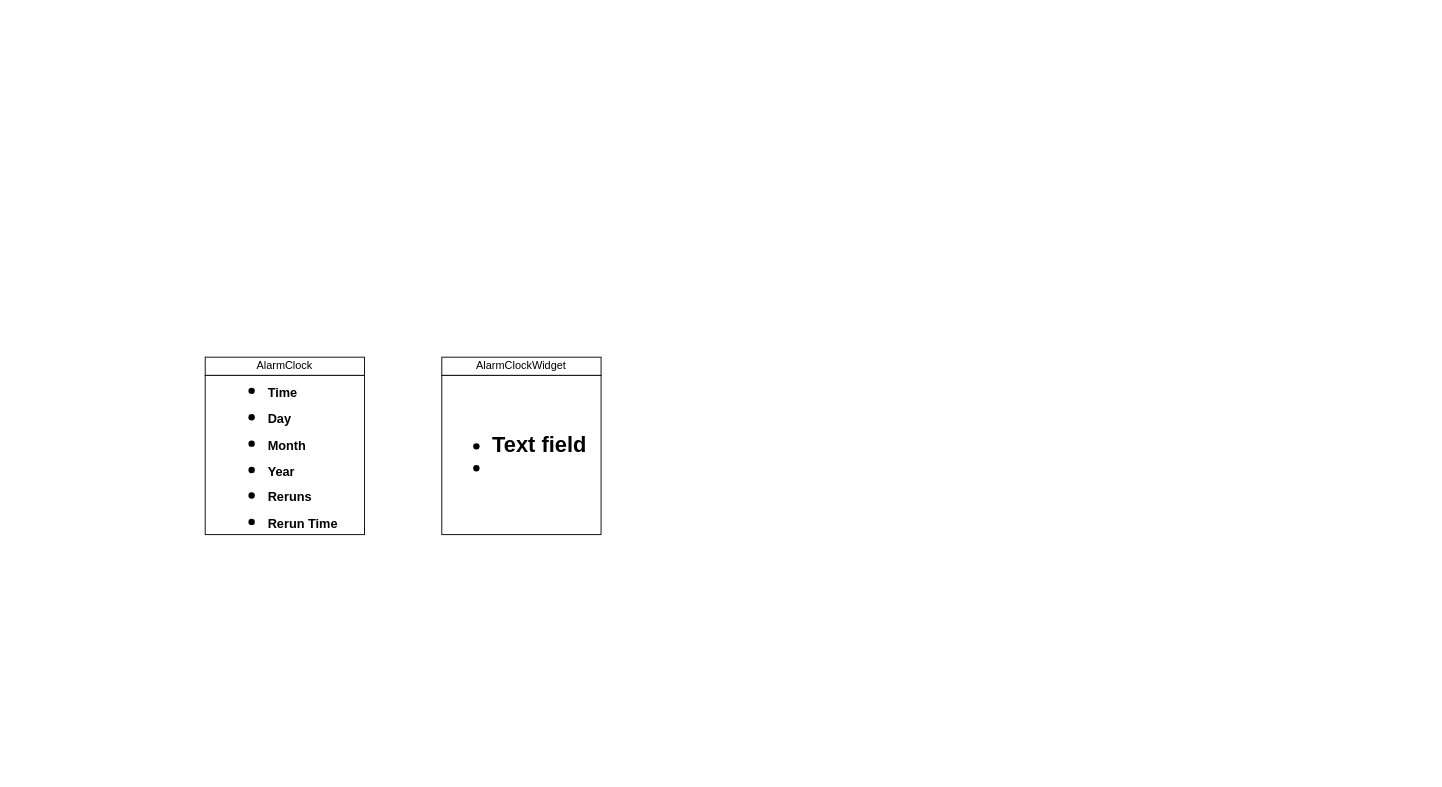
hacknazar21/LazyAlarmClock keeps this draw.io diagram as AlarmClock.drawio. Above is the earlier version. Source tidied: cells renumbered, new cells numbered last; positions are measured from the earlier drawing's top-left corner, leaving out a move shared by most shapes. Both pictures are drawn from the tidied source at 91%, with x=0, y=0 at pixel (205, 357).
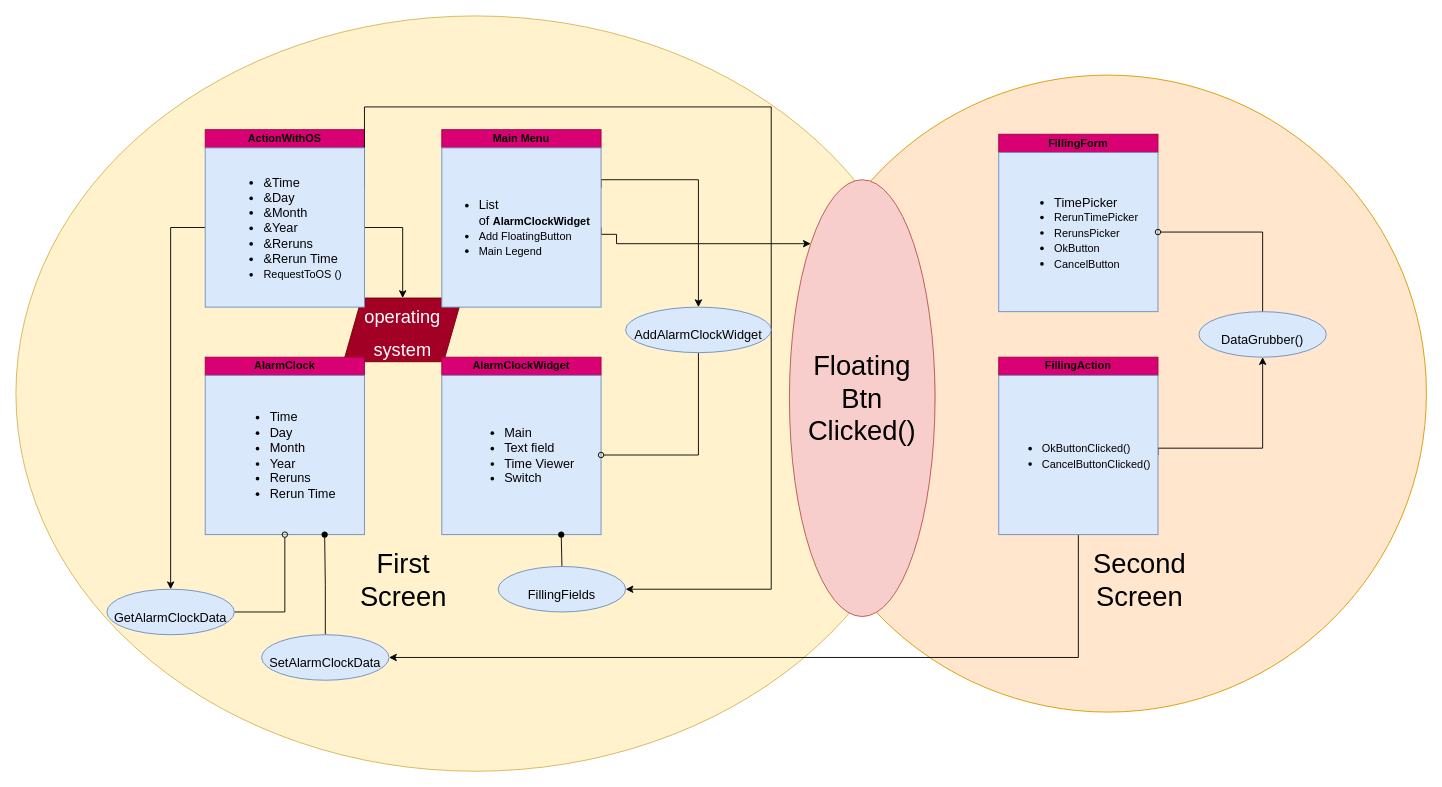
The same page after the edit.

What changed in the source:
```diff
@@
+    <mxCell id="6" style="ellipse;whiteSpace=wrap;html=1;fontSize=30;fillColor=#ffe6cc;strokeColor=#d79b00;" parent="1" vertex="1">
+      <mxGeometry x="642" y="-310" width="700" height="700" as="geometry" />
+    </mxCell>
+    <mxCell id="7" style="ellipse;whiteSpace=wrap;html=1;fontSize=30;fillColor=#fff2cc;strokeColor=#d6b656;" parent="1" vertex="1">
+      <mxGeometry x="-208" y="-375" width="1010" height="830" as="geometry" />
+    </mxCell>
+    <mxCell id="8" value="&lt;font style=&quot;font-size: 20px&quot;&gt;operating&lt;br&gt;system&lt;br&gt;&lt;/font&gt;" style="shape=parallelogram;perimeter=parallelogramPerimeter;whiteSpace=wrap;html=1;fixedSize=1;fontSize=30;fillColor=#a20025;strokeColor=#6F0000;fontColor=#ffffff;" parent="1" vertex="1">
+      <mxGeometry x="152" y="-65" width="130" height="70" as="geometry" />
+    </mxCell>
-    <mxCell id="2" value="AlarmClock" style="rounded=0;whiteSpace=wrap;html=1;" parent="1" vertex="1">
+    <mxCell id="2" value="&lt;b&gt;AlarmClock&lt;/b&gt;" style="rounded=0;whiteSpace=wrap;html=1;fillColor=#d80073;strokeColor=#A50040;fontColor=#000000;" parent="1" vertex="1">
       <mxGeometry width="175" height="20" as="geometry" />
     </mxCell>
-    <mxCell id="3" value="&lt;div style=&quot;text-align: justify&quot;&gt;&lt;h1 style=&quot;text-align: justify&quot;&gt;&lt;ul&gt;&lt;li&gt;&lt;span style=&quot;font-size: 14px&quot;&gt;Time&lt;/span&gt;&lt;/li&gt;&lt;li&gt;&lt;span style=&quot;font-size: 14px&quot;&gt;Day&lt;/span&gt;&lt;/li&gt;&lt;li&gt;&lt;span style=&quot;font-size: 14px&quot;&gt;Month&lt;/span&gt;&lt;/li&gt;&lt;li&gt;&lt;span style=&quot;font-size: 14px&quot;&gt;Year&lt;/span&gt;&lt;/li&gt;&lt;li&gt;&lt;span style=&quot;font-size: 14px&quot;&gt;Reruns&lt;br&gt;&lt;/span&gt;&lt;/li&gt;&lt;li&gt;&lt;span style=&quot;font-size: 14px&quot;&gt;Rerun Time&lt;br&gt;&lt;/span&gt;&lt;/li&gt;&lt;/ul&gt;&lt;/h1&gt;&lt;/div&gt;&lt;div style=&quot;text-align: justify&quot;&gt;&lt;/div&gt;" style="whiteSpace=wrap;html=1;" parent="1" vertex="1">
+    <mxCell id="3" value="&lt;div style=&quot;text-align: justify&quot;&gt;&lt;h1 style=&quot;text-align: justify ; font-size: 14px&quot;&gt;&lt;ul&gt;&lt;li&gt;&lt;span style=&quot;font-weight: normal&quot;&gt;Time&lt;/span&gt;&lt;/li&gt;&lt;li&gt;&lt;span style=&quot;font-weight: normal&quot;&gt;Day&lt;/span&gt;&lt;/li&gt;&lt;li&gt;&lt;span style=&quot;font-weight: normal&quot;&gt;Month&lt;/span&gt;&lt;/li&gt;&lt;li&gt;&lt;span style=&quot;font-weight: normal&quot;&gt;Year&lt;/span&gt;&lt;/li&gt;&lt;li&gt;&lt;span style=&quot;font-weight: normal&quot;&gt;Reruns&lt;br&gt;&lt;/span&gt;&lt;/li&gt;&lt;li&gt;&lt;span&gt;&lt;span style=&quot;font-weight: normal&quot;&gt;Rerun Time&lt;/span&gt;&lt;br&gt;&lt;/span&gt;&lt;/li&gt;&lt;/ul&gt;&lt;/h1&gt;&lt;/div&gt;&lt;div style=&quot;text-align: justify&quot;&gt;&lt;/div&gt;" style="whiteSpace=wrap;html=1;fillColor=#dae8fc;strokeColor=#6c8ebf;" parent="1" vertex="1">
       <mxGeometry y="20" width="175" height="175" as="geometry" />
     </mxCell>
-    <mxCell id="4" value="AlarmClockWidget" style="rounded=0;whiteSpace=wrap;html=1;" parent="1" vertex="1">
+    <mxCell id="4" value="&lt;b&gt;AlarmClockWidget&lt;/b&gt;" style="rounded=0;whiteSpace=wrap;html=1;fillColor=#d80073;strokeColor=#A50040;fontColor=#000000;" parent="1" vertex="1">
       <mxGeometry x="260" width="175" height="20" as="geometry" />
     </mxCell>
-    <mxCell id="5" value="&lt;div style=&quot;text-align: justify&quot;&gt;&lt;h1 style=&quot;text-align: justify&quot;&gt;&lt;ul style=&quot;line-height: 100%&quot;&gt;&lt;li&gt;Text field&lt;/li&gt;&lt;li&gt;&lt;br&gt;&lt;/li&gt;&lt;/ul&gt;&lt;/h1&gt;&lt;/div&gt;&lt;div style=&quot;text-align: justify&quot;&gt;&lt;/div&gt;" style="whiteSpace=wrap;html=1;" parent="1" vertex="1">
+    <mxCell id="5" value="&lt;div style=&quot;text-align: justify&quot;&gt;&lt;h1 style=&quot;text-align: justify ; font-size: 14px&quot;&gt;&lt;ul&gt;&lt;li&gt;&lt;span style=&quot;font-weight: normal&quot;&gt;Main&lt;/span&gt;&lt;/li&gt;&lt;li&gt;&lt;span style=&quot;font-weight: normal&quot;&gt;Text field&lt;/span&gt;&lt;/li&gt;&lt;li&gt;&lt;span style=&quot;font-weight: normal&quot;&gt;Time Viewer&lt;/span&gt;&lt;/li&gt;&lt;li&gt;&lt;span style=&quot;font-weight: normal&quot;&gt;Switch&lt;/span&gt;&lt;/li&gt;&lt;/ul&gt;&lt;/h1&gt;&lt;/div&gt;&lt;div style=&quot;text-align: justify&quot;&gt;&lt;/div&gt;" style="whiteSpace=wrap;html=1;fillColor=#dae8fc;strokeColor=#6c8ebf;" parent="1" vertex="1">
       <mxGeometry x="260" y="20" width="175" height="175" as="geometry" />
     </mxCell>
+    <mxCell id="9" value="&lt;b&gt;ActionWithOS&lt;/b&gt;" style="rounded=0;whiteSpace=wrap;html=1;fillColor=#d80073;strokeColor=#A50040;fontColor=#000000;" parent="1" vertex="1">
+      <mxGeometry y="-250" width="175" height="20" as="geometry" />
+    </mxCell>
+    <mxCell id="10" style="edgeStyle=orthogonalEdgeStyle;rounded=0;jettySize=auto;html=1;exitX=1;exitY=0.5;exitDx=0;exitDy=0;entryX=0.5;entryY=0;entryDx=0;entryDy=0;fontSize=30;" parent="1" edge="1" source="13" target="8">
+      <mxGeometry relative="1" as="geometry" />
+    </mxCell>
+    <mxCell id="11" style="edgeStyle=orthogonalEdgeStyle;rounded=0;jettySize=auto;html=1;exitX=0;exitY=0.5;exitDx=0;exitDy=0;entryX=0.5;entryY=0;entryDx=0;entryDy=0;endArrow=classic;endFill=1;fontSize=30;" parent="1" edge="1" source="13" target="20">
+      <mxGeometry relative="1" as="geometry" />
+    </mxCell>
+    <mxCell id="12" style="edgeStyle=orthogonalEdgeStyle;rounded=0;jettySize=auto;html=1;exitX=1;exitY=0.25;exitDx=0;exitDy=0;entryX=1;entryY=0.5;entryDx=0;entryDy=0;endArrow=classic;endFill=1;fontSize=30;" parent="1" edge="1" source="13" target="34">
+      <mxGeometry relative="1" as="geometry">
+        <Array as="points">
+          <mxPoint x="175" y="-275" />
+          <mxPoint x="622" y="-275" />
+          <mxPoint x="622" y="255" />
+        </Array>
+      </mxGeometry>
+    </mxCell>
+    <mxCell id="13" value="&lt;div style=&quot;text-align: justify&quot;&gt;&lt;h1 style=&quot;text-align: justify ; font-size: 14px&quot;&gt;&lt;ul&gt;&lt;li&gt;&lt;span style=&quot;font-weight: normal&quot;&gt;&amp;amp;Time&lt;/span&gt;&lt;/li&gt;&lt;li&gt;&lt;span style=&quot;font-weight: normal&quot;&gt;&amp;amp;Day&lt;/span&gt;&lt;/li&gt;&lt;li&gt;&lt;span style=&quot;font-weight: normal&quot;&gt;&amp;amp;Month&lt;/span&gt;&lt;/li&gt;&lt;li&gt;&lt;span style=&quot;font-weight: normal&quot;&gt;&amp;amp;Year&lt;/span&gt;&lt;/li&gt;&lt;li&gt;&lt;span style=&quot;font-weight: normal&quot;&gt;&amp;amp;Reruns&lt;br&gt;&lt;/span&gt;&lt;/li&gt;&lt;li&gt;&lt;span style=&quot;font-weight: normal&quot;&gt;&amp;amp;Rerun Time&lt;/span&gt;&lt;/li&gt;&lt;li style=&quot;text-align: center&quot;&gt;&lt;span style=&quot;font-size: 12px ; font-weight: 400&quot;&gt;RequestToOS ()&lt;/span&gt;&lt;br&gt;&lt;/li&gt;&lt;/ul&gt;&lt;/h1&gt;&lt;/div&gt;&lt;div style=&quot;text-align: justify&quot;&gt;&lt;/div&gt;" style="whiteSpace=wrap;html=1;fillColor=#dae8fc;strokeColor=#6c8ebf;" parent="1" vertex="1">
+      <mxGeometry y="-230" width="175" height="175" as="geometry" />
+    </mxCell>
+    <mxCell id="14" value="First Screen" style="text;html=1;strokeColor=none;fillColor=none;align=center;verticalAlign=middle;whiteSpace=wrap;rounded=0;fontSize=30;" parent="1" vertex="1">
+      <mxGeometry x="197.5" y="235" width="40" height="20" as="geometry" />
+    </mxCell>
+    <mxCell id="15" value="&lt;b&gt;Main Menu&lt;/b&gt;" style="rounded=0;whiteSpace=wrap;html=1;fillColor=#d80073;strokeColor=#A50040;fontColor=#000000;" parent="1" vertex="1">
+      <mxGeometry x="260" y="-250" width="175" height="20" as="geometry" />
+    </mxCell>
+    <mxCell id="16" style="edgeStyle=orthogonalEdgeStyle;rounded=0;jettySize=auto;html=1;exitX=1;exitY=0.25;exitDx=0;exitDy=0;entryX=0.5;entryY=0;entryDx=0;entryDy=0;endArrow=classic;endFill=1;fontSize=30;" parent="1" edge="1" source="18" target="22">
+      <mxGeometry relative="1" as="geometry">
+        <Array as="points">
+          <mxPoint x="435" y="-195" />
+          <mxPoint x="542" y="-195" />
+        </Array>
+      </mxGeometry>
+    </mxCell>
+    <mxCell id="17" style="edgeStyle=orthogonalEdgeStyle;rounded=0;jettySize=auto;html=1;exitX=1;exitY=0.5;exitDx=0;exitDy=0;entryX=0;entryY=0;entryDx=0;entryDy=0;endArrow=classic;endFill=1;fontSize=30;" parent="1" edge="1" source="18" target="35">
+      <mxGeometry relative="1" as="geometry">
+        <Array as="points">
+          <mxPoint x="435" y="-135" />
+          <mxPoint x="452" y="-135" />
+          <mxPoint x="452" y="-125" />
+        </Array>
+      </mxGeometry>
+    </mxCell>
+    <mxCell id="18" value="&lt;div style=&quot;text-align: justify&quot;&gt;&lt;h1 style=&quot;text-align: justify ; font-size: 14px&quot;&gt;&lt;ul&gt;&lt;li&gt;&lt;span style=&quot;font-weight: 400&quot;&gt;List of&amp;nbsp;&lt;/span&gt;&lt;b style=&quot;font-size: 12px ; text-align: center&quot;&gt;AlarmClockWidget&lt;/b&gt;&lt;/li&gt;&lt;li&gt;&lt;span style=&quot;font-size: 12px ; text-align: center ; font-weight: normal&quot;&gt;Add FloatingButton&lt;/span&gt;&lt;/li&gt;&lt;li&gt;&lt;span style=&quot;font-size: 12px ; text-align: center ; font-weight: normal&quot;&gt;Main Legend&lt;/span&gt;&lt;/li&gt;&lt;/ul&gt;&lt;/h1&gt;&lt;/div&gt;&lt;div style=&quot;text-align: justify&quot;&gt;&lt;/div&gt;" style="whiteSpace=wrap;html=1;fillColor=#dae8fc;strokeColor=#6c8ebf;" parent="1" vertex="1">
+      <mxGeometry x="260" y="-230" width="175" height="175" as="geometry" />
+    </mxCell>
+    <mxCell id="19" style="edgeStyle=orthogonalEdgeStyle;rounded=0;jettySize=auto;html=1;exitX=1;exitY=0.5;exitDx=0;exitDy=0;entryX=0.5;entryY=1;entryDx=0;entryDy=0;fontSize=30;endArrow=oval;endFill=0;" parent="1" edge="1" source="20" target="3">
+      <mxGeometry relative="1" as="geometry" />
+    </mxCell>
+    <mxCell id="20" value="&lt;font style=&quot;font-size: 14px&quot;&gt;GetAlarmClockData&lt;/font&gt;" style="ellipse;whiteSpace=wrap;html=1;fontSize=30;fillColor=#dae8fc;strokeColor=#6c8ebf;" parent="1" vertex="1">
+      <mxGeometry x="-108" y="255" width="140" height="50" as="geometry" />
+    </mxCell>
+    <mxCell id="21" style="edgeStyle=orthogonalEdgeStyle;rounded=0;jettySize=auto;html=1;exitX=0.5;exitY=1;exitDx=0;exitDy=0;entryX=1;entryY=0.5;entryDx=0;entryDy=0;endArrow=oval;endFill=0;fontSize=30;" parent="1" edge="1" source="22" target="5">
+      <mxGeometry relative="1" as="geometry" />
+    </mxCell>
+    <mxCell id="22" value="&lt;font style=&quot;font-size: 14px&quot;&gt;AddAlarmClockWidget&lt;/font&gt;" style="ellipse;whiteSpace=wrap;html=1;fontSize=30;fillColor=#dae8fc;strokeColor=#6c8ebf;" parent="1" vertex="1">
+      <mxGeometry x="462" y="-55" width="160" height="50" as="geometry" />
+    </mxCell>
+    <mxCell id="23" value="&lt;b&gt;FillingForm&lt;/b&gt;" style="rounded=0;whiteSpace=wrap;html=1;fillColor=#d80073;strokeColor=#A50040;fontColor=#000000;" parent="1" vertex="1">
+      <mxGeometry x="872" y="-245" width="175" height="20" as="geometry" />
+    </mxCell>
+    <mxCell id="24" value="&lt;div style=&quot;text-align: justify&quot;&gt;&lt;h1 style=&quot;text-align: justify ; font-size: 14px&quot;&gt;&lt;ul&gt;&lt;li&gt;&lt;span style=&quot;font-weight: 400&quot;&gt;TimePicker&lt;/span&gt;&lt;/li&gt;&lt;li&gt;&lt;span style=&quot;font-size: 12px ; text-align: center ; font-weight: normal&quot;&gt;RerunTimePicker&lt;/span&gt;&lt;/li&gt;&lt;li&gt;&lt;span style=&quot;font-size: 12px ; text-align: center ; font-weight: normal&quot;&gt;RerunsPicker&lt;/span&gt;&lt;/li&gt;&lt;li&gt;&lt;span style=&quot;font-size: 12px ; text-align: center ; font-weight: normal&quot;&gt;OkButton&lt;/span&gt;&lt;/li&gt;&lt;li&gt;&lt;span style=&quot;font-size: 12px ; text-align: center ; font-weight: normal&quot;&gt;CancelButton&lt;/span&gt;&lt;/li&gt;&lt;/ul&gt;&lt;/h1&gt;&lt;/div&gt;&lt;div style=&quot;text-align: justify&quot;&gt;&lt;/div&gt;" style="whiteSpace=wrap;html=1;fillColor=#dae8fc;strokeColor=#6c8ebf;" parent="1" vertex="1">
+      <mxGeometry x="872" y="-225" width="175" height="175" as="geometry" />
+    </mxCell>
+    <mxCell id="25" value="&lt;b&gt;FillingAction&lt;/b&gt;" style="rounded=0;whiteSpace=wrap;html=1;fillColor=#d80073;strokeColor=#A50040;fontColor=#000000;" parent="1" vertex="1">
+      <mxGeometry x="872" width="175" height="20" as="geometry" />
+    </mxCell>
+    <mxCell id="26" style="edgeStyle=orthogonalEdgeStyle;rounded=0;jettySize=auto;html=1;exitX=1;exitY=0.5;exitDx=0;exitDy=0;entryX=0.5;entryY=1;entryDx=0;entryDy=0;endArrow=classic;endFill=1;fontSize=30;" parent="1" edge="1" source="28" target="30">
+      <mxGeometry relative="1" as="geometry">
+        <Array as="points">
+          <mxPoint x="1047" y="100" />
+          <mxPoint x="1162" y="100" />
+        </Array>
+      </mxGeometry>
+    </mxCell>
+    <mxCell id="27" style="edgeStyle=orthogonalEdgeStyle;rounded=0;jettySize=auto;html=1;exitX=0.5;exitY=1;exitDx=0;exitDy=0;entryX=1;entryY=0.5;entryDx=0;entryDy=0;endArrow=classic;endFill=1;fontSize=30;" parent="1" edge="1" source="28" target="32">
+      <mxGeometry relative="1" as="geometry" />
+    </mxCell>
+    <mxCell id="28" value="&lt;div style=&quot;text-align: justify&quot;&gt;&lt;h1 style=&quot;text-align: justify ; font-size: 14px&quot;&gt;&lt;ul&gt;&lt;li&gt;&lt;span style=&quot;font-size: 12px ; font-weight: normal ; text-align: center&quot;&gt;OkButtonClicked()&lt;/span&gt;&lt;br&gt;&lt;/li&gt;&lt;li&gt;&lt;span style=&quot;font-size: 12px ; text-align: center ; font-weight: normal&quot;&gt;CancelButtonClicked()&lt;/span&gt;&lt;/li&gt;&lt;/ul&gt;&lt;/h1&gt;&lt;/div&gt;&lt;div style=&quot;text-align: justify&quot;&gt;&lt;/div&gt;" style="whiteSpace=wrap;html=1;fillColor=#dae8fc;strokeColor=#6c8ebf;" parent="1" vertex="1">
+      <mxGeometry x="872" y="20" width="175" height="175" as="geometry" />
+    </mxCell>
+    <mxCell id="29" style="edgeStyle=orthogonalEdgeStyle;rounded=0;jettySize=auto;html=1;exitX=0.5;exitY=0;exitDx=0;exitDy=0;entryX=1;entryY=0.5;entryDx=0;entryDy=0;endArrow=oval;endFill=0;fontSize=30;" parent="1" edge="1" source="30" target="24">
+      <mxGeometry relative="1" as="geometry" />
+    </mxCell>
+    <mxCell id="30" value="&lt;span style=&quot;font-size: 14px ; text-align: justify&quot;&gt;DataGrubber()&lt;/span&gt;" style="ellipse;whiteSpace=wrap;html=1;fontSize=30;fillColor=#dae8fc;strokeColor=#6c8ebf;" parent="1" vertex="1">
+      <mxGeometry x="1092" y="-50" width="140" height="50" as="geometry" />
+    </mxCell>
+    <mxCell id="31" style="edgeStyle=orthogonalEdgeStyle;rounded=0;jettySize=auto;html=1;exitX=0.5;exitY=0;exitDx=0;exitDy=0;entryX=0.75;entryY=1;entryDx=0;entryDy=0;endArrow=oval;endFill=1;fontSize=30;" parent="1" edge="1" source="32" target="3">
+      <mxGeometry relative="1" as="geometry" />
+    </mxCell>
+    <mxCell id="32" value="&lt;font style=&quot;font-size: 14px&quot;&gt;SetAlarmClockData&lt;/font&gt;" style="ellipse;whiteSpace=wrap;html=1;fontSize=30;fillColor=#dae8fc;strokeColor=#6c8ebf;" parent="1" vertex="1">
+      <mxGeometry x="62" y="305" width="140" height="50" as="geometry" />
+    </mxCell>
+    <mxCell id="33" style="edgeStyle=orthogonalEdgeStyle;rounded=0;jettySize=auto;html=1;exitX=0.5;exitY=0;exitDx=0;exitDy=0;entryX=0.75;entryY=1;entryDx=0;entryDy=0;endArrow=oval;endFill=1;fontSize=30;" parent="1" edge="1" source="34" target="5">
+      <mxGeometry relative="1" as="geometry" />
+    </mxCell>
+    <mxCell id="34" value="&lt;font style=&quot;font-size: 14px&quot;&gt;FillingFields&lt;/font&gt;" style="ellipse;whiteSpace=wrap;html=1;fontSize=30;fillColor=#dae8fc;strokeColor=#6c8ebf;" parent="1" vertex="1">
+      <mxGeometry x="322" y="230" width="140" height="50" as="geometry" />
+    </mxCell>
+    <mxCell id="35" value="Floating&lt;br&gt;Btn&lt;br&gt;Clicked()" style="ellipse;whiteSpace=wrap;html=1;fontSize=30;fillColor=#f8cecc;strokeColor=#b85450;" parent="1" vertex="1">
+      <mxGeometry x="642" y="-195" width="160" height="480" as="geometry" />
+    </mxCell>
+    <mxCell id="36" value="Second Screen" style="text;html=1;strokeColor=none;fillColor=none;align=center;verticalAlign=middle;whiteSpace=wrap;rounded=0;fontSize=30;" parent="1" vertex="1">
+      <mxGeometry x="1007" y="235" width="40" height="20" as="geometry" />
+    </mxCell>
```
